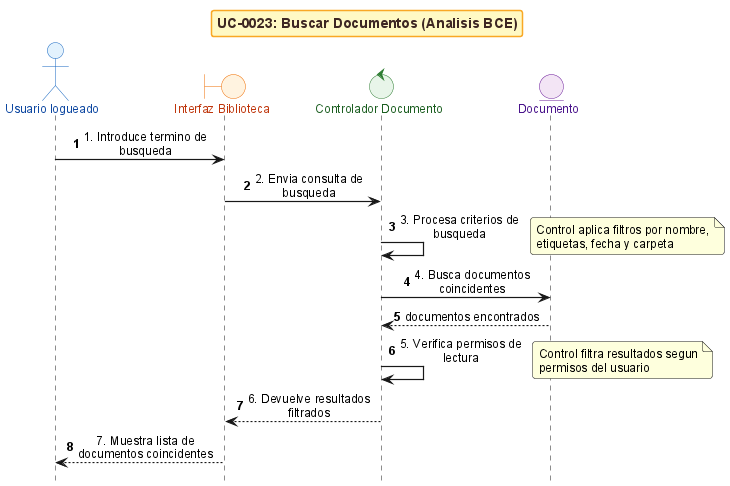
ErDeivih/DocumentChain keeps this PlantUML diagram as anexos/diagramas/seq-bce-uc0023-search.png. Above is the earlier version. Its diagram source:
```plantuml
@startuml
!include _sequence-bce-style.puml

title UC-0023: Buscar Documentos (Analisis BCE)

actor "Usuario logueado" as Actor
boundary "Interfaz Biblioteca" as BF
control "Controlador Documento" as CG
entity "Documento" as ED


Actor -> BF : 1. Introduce termino de busqueda
BF -> CG : 2. Envia consulta de busqueda
CG -> CG : 3. Procesa criterios de busqueda
note right : Control aplica filtros por nombre, etiquetas, fecha y carpeta

CG -> ED : 4. Busca documentos coincidentes
ED --> CG : documentos encontrados

CG -> CG : 5. Verifica permisos de lectura
note right : Control filtra resultados segun permisos del usuario

CG --> BF : 6. Devuelve resultados filtrados
BF --> Actor : 7. Muestra lista de documentos coincidentes

@enduml
```
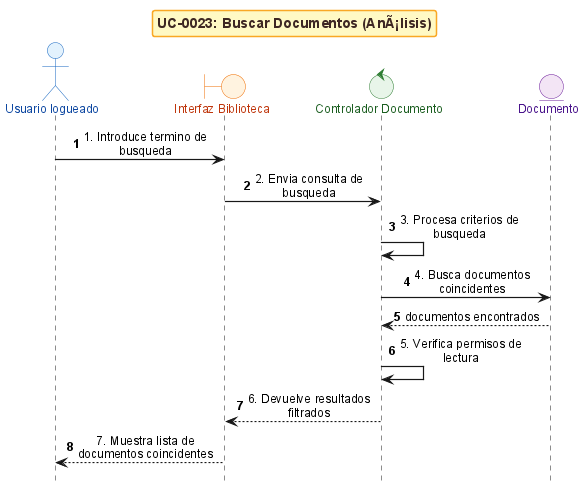
Later version of the same file.

Change to the diagram source:
```diff
@@ -1,7 +1,7 @@
 @startuml
 !include _sequence-bce-style.puml
 
-title UC-0023: Buscar Documentos (Analisis BCE)
+title UC-0023: Buscar Documentos (AnÃ¡lisis)
 
 actor "Usuario logueado" as Actor
 boundary "Interfaz Biblioteca" as BF
@@ -12,13 +12,11 @@
 Actor -> BF : 1. Introduce termino de busqueda
 BF -> CG : 2. Envia consulta de busqueda
 CG -> CG : 3. Procesa criterios de busqueda
-note right : Control aplica filtros por nombre, etiquetas, fecha y carpeta
 
 CG -> ED : 4. Busca documentos coincidentes
 ED --> CG : documentos encontrados
 
 CG -> CG : 5. Verifica permisos de lectura
-note right : Control filtra resultados segun permisos del usuario
 
 CG --> BF : 6. Devuelve resultados filtrados
 BF --> Actor : 7. Muestra lista de documentos coincidentes
```
